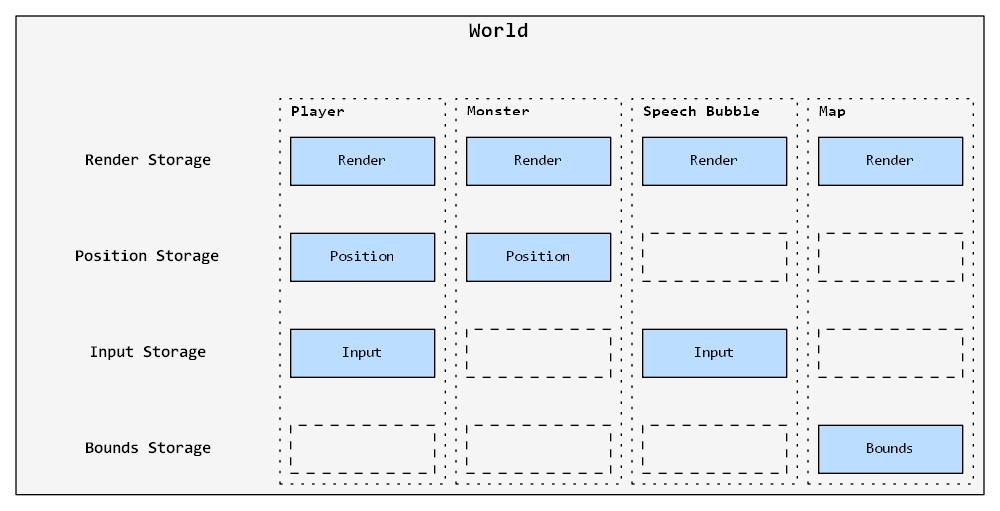
Earlier version of the Graphviz export assets/images/game_entities.dot.png (azriel91/ecs_paradigm). Its source is kept beside it as assets/dot/game_entities.dot. The source it was exported from:
```dot
digraph World {
    bgcolor = "transparent";

    subgraph cluster_Entities {
        bgcolor = "#f5f5f5";
        fontname = "consolas";
        fontsize = 16;
        label = <<b>World<br /></b>>;
        labelloc = top;

        node [
            fillcolor = "#bbddff",
            fontname = "consolas",
            fontsize = 11,
            shape = box,
            style = filled,
            width = 1.5,
        ];

        edge [
            style = invis,
        ];

        subgraph cluster_Storages {
            pencolor = transparent;

            label = "";

            node [
                style = "setlinewidth(0)",
                width = 2.3,
                fontsize = 13,
            ];

            storage_0 [label = <<b>Render Storage</b>>];
            storage_1 [label = <<b>Position Storage</b>>];
            storage_2 [label = <<b>Input Storage</b>>];
            storage_3 [label = <<b>Bounds Storage</b>>];

            storage_0 -> storage_1 -> storage_2 -> storage_3;
        };

        subgraph cluster_Player {
            fontname = "consolas";
            fontsize = 12;
            label = <<b>Player<br /></b>>;
            labelloc = top;
            labeljust = l;
            style = dotted;

            player_render [label = "Render"];
            player_position [label = "Position"];
            player_input [label = "Input"];
            player_0 [label = "", style = dashed];

            player_render -> player_position -> player_input -> player_0;
        };

        subgraph cluster_Monster {
            fontname = "consolas";
            fontsize = 12;
            label = <<b>Monster<br /></b>>;
            labelloc = top;
            labeljust = l;
            style = dotted;

            monster_render [label = "Render"];
            monster_position [label = "Position"];
            monster_0 [label = "", style = dashed];
            monster_1 [label = "", style = dashed];

            monster_render -> monster_position -> monster_0 -> monster_1;
        };

        subgraph cluster_SpeechBubble {
            fontname = "consolas";
            fontsize = 12;
            label = <<b>Speech Bubble<br /></b>>;
            labelloc = top;
            labeljust = l;
            style = dotted;

            speech_bubble_render [label = "Render"];
            speech_bubble_0 [label = "", style = dashed];
            speech_bubble_input [label = "Input"];
            speech_bubble_1 [label = "", style = dashed];

            speech_bubble_render -> speech_bubble_0 -> speech_bubble_input -> speech_bubble_1;
        };

        subgraph cluster_Map {
            fontname = "consolas";
            fontsize = 12;
            label = <<b>Map<br /></b>>;
            labelloc = top;
            labeljust = l;
            style = dotted;

            map_render [label = "Render"];
            map_0 [label = "", style = dashed];
            map_1 [label = "", style = dashed];
            map_bounds [label = "Bounds"];

            map_render -> map_0 -> map_1 -> map_bounds;
        };

        top [style = invis, width = 0, height = 0];
        top -> storage_0;
        top -> player_render;
        top -> monster_render;
        top -> speech_bubble_render;
        top -> map_render;
    }
}
```
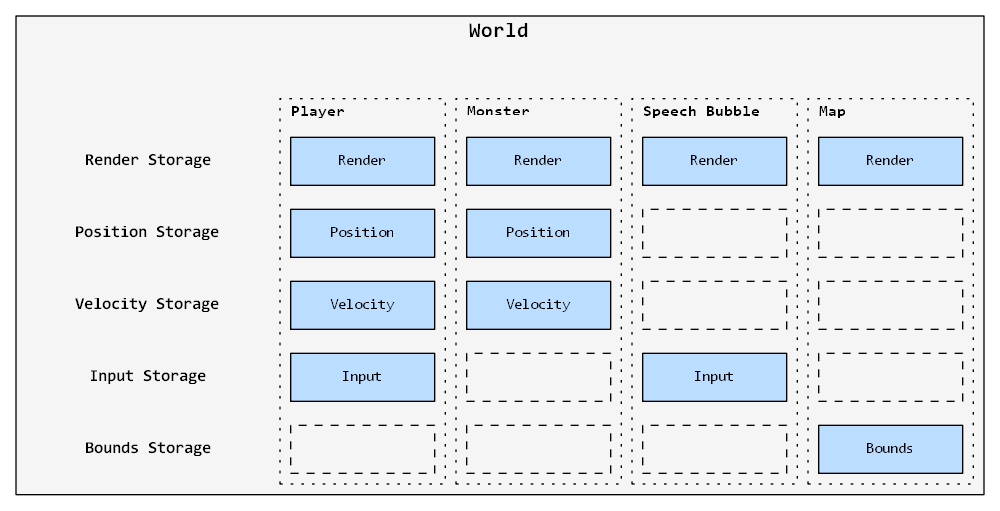
After the commit.

What changed in the source:
```diff
@@ -7,6 +7,8 @@
         fontsize = 16;
         label = <<b>World<br /></b>>;
         labelloc = top;
+        nodesep = 0;
+        ranksep = 0;
 
         node [
             fillcolor = "#bbddff",
@@ -17,9 +19,7 @@
             width = 1.5,
         ];
 
-        edge [
-            style = invis,
-        ];
+        edge [style = invis];
 
         subgraph cluster_Storages {
             pencolor = transparent;
@@ -32,12 +32,13 @@
                 fontsize = 13,
             ];
 
-            storage_0 [label = <<b>Render Storage</b>>];
-            storage_1 [label = <<b>Position Storage</b>>];
-            storage_2 [label = <<b>Input Storage</b>>];
-            storage_3 [label = <<b>Bounds Storage</b>>];
+            storage_render [label = <<b>Render Storage</b>>];
+            storage_position [label = <<b>Position Storage</b>>];
+            storage_velocity [label = <<b>Velocity Storage</b>>];
+            storage_input [label = <<b>Input Storage</b>>];
+            storage_bounds [label = <<b>Bounds Storage</b>>];
 
-            storage_0 -> storage_1 -> storage_2 -> storage_3;
+            storage_render -> storage_position -> storage_velocity -> storage_input -> storage_bounds;
         };
 
         subgraph cluster_Player {
@@ -50,10 +51,11 @@
 
             player_render [label = "Render"];
             player_position [label = "Position"];
+            player_velocity [label = "Velocity"];
             player_input [label = "Input"];
-            player_0 [label = "", style = dashed];
+            player_bounds [label = "", style = dashed];
 
-            player_render -> player_position -> player_input -> player_0;
+            player_render -> player_position -> player_velocity -> player_input -> player_bounds;
         };
 
         subgraph cluster_Monster {
@@ -66,10 +68,11 @@
 
             monster_render [label = "Render"];
             monster_position [label = "Position"];
-            monster_0 [label = "", style = dashed];
-            monster_1 [label = "", style = dashed];
+            monster_velocity [label = "Velocity"];
+            monster_input [label = "", style = dashed];
+            monster_bounds [label = "", style = dashed];
 
-            monster_render -> monster_position -> monster_0 -> monster_1;
+            monster_render -> monster_position -> monster_velocity -> monster_input -> monster_bounds;
         };
 
         subgraph cluster_SpeechBubble {
@@ -81,11 +84,12 @@
             style = dotted;
 
             speech_bubble_render [label = "Render"];
-            speech_bubble_0 [label = "", style = dashed];
+            speech_bubble_position [label = "", style = dashed];
+            speech_bubble_velocity [label = "", style = dashed];
             speech_bubble_input [label = "Input"];
-            speech_bubble_1 [label = "", style = dashed];
+            speech_bubble_bounds [label = "", style = dashed];
 
-            speech_bubble_render -> speech_bubble_0 -> speech_bubble_input -> speech_bubble_1;
+            speech_bubble_render -> speech_bubble_position -> speech_bubble_velocity -> speech_bubble_input -> speech_bubble_bounds;
         };
 
         subgraph cluster_Map {
@@ -97,15 +101,16 @@
             style = dotted;
 
             map_render [label = "Render"];
-            map_0 [label = "", style = dashed];
-            map_1 [label = "", style = dashed];
+            map_position [label = "", style = dashed];
+            map_velocity [label = "", style = dashed];
+            map_input [label = "", style = dashed];
             map_bounds [label = "Bounds"];
 
-            map_render -> map_0 -> map_1 -> map_bounds;
+            map_render -> map_position -> map_velocity -> map_input -> map_bounds;
         };
 
-        top [style = invis, width = 0, height = 0];
-        top -> storage_0;
+        top [style = "invis", width = 0, height = 0];
+        top -> storage_render;
         top -> player_render;
         top -> monster_render;
         top -> speech_bubble_render;
```
